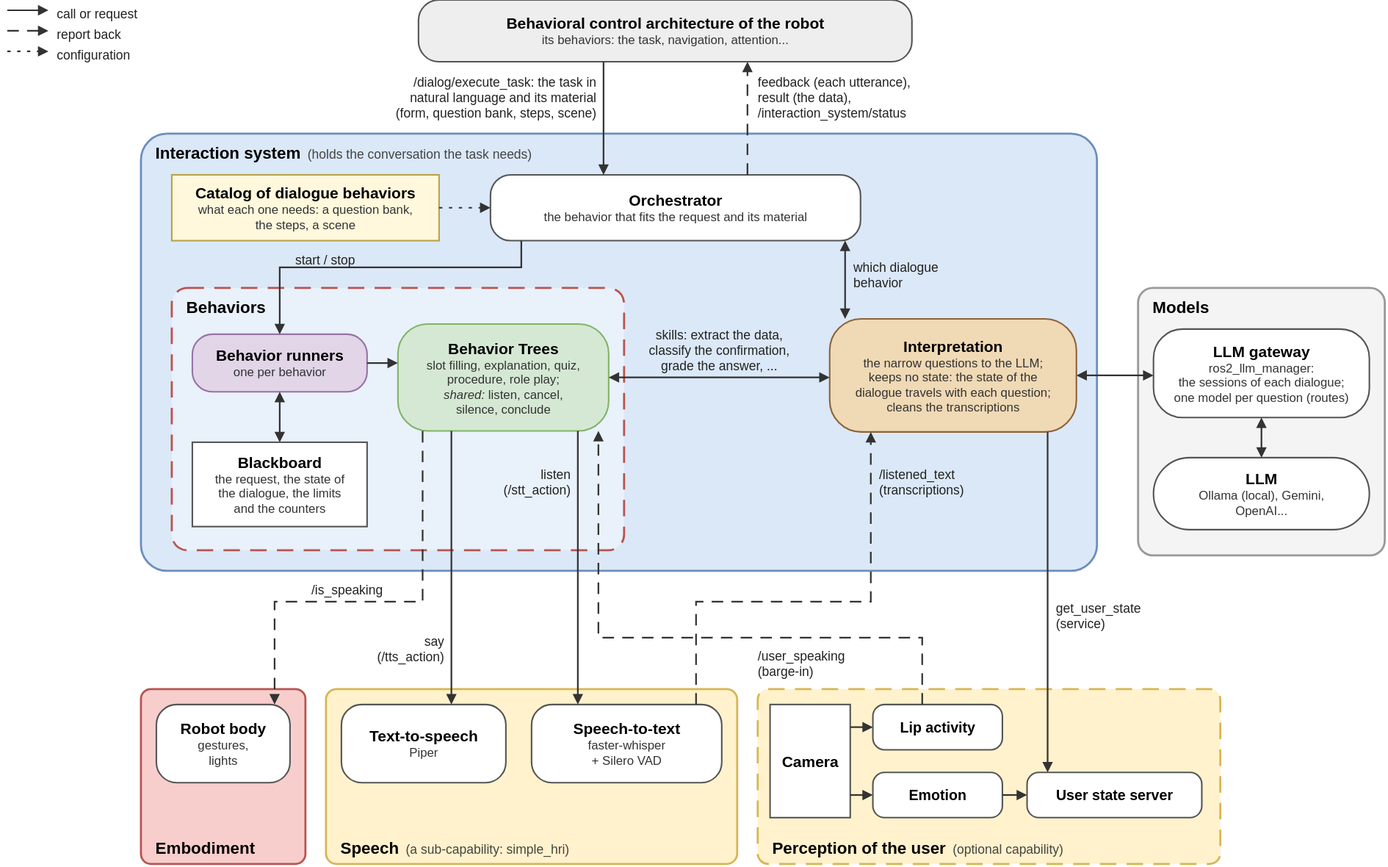
geriabot/interaction_system keeps this draw.io diagram as media/interaction_system_architecture.drawio.svg. Above is the earlier version. Source tidied: cells renumbered, new cells last; positions are measured from the earlier drawing's top-left corner, leaving out a move shared by most shapes.
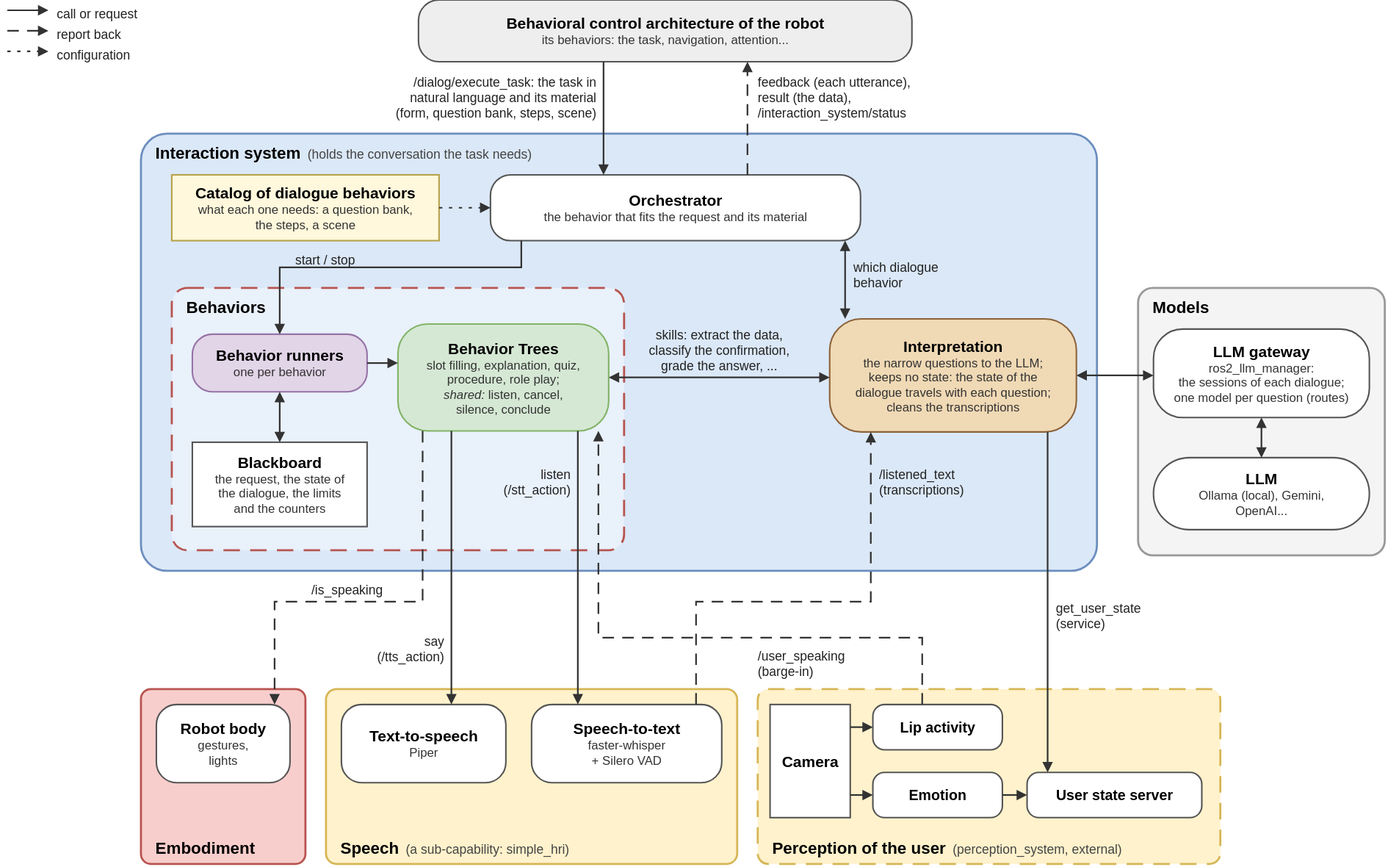
Above is the later version.

What changed in the source:
```diff
@@ -53,7 +53,7 @@
     <mxCell id="18" value="&lt;b style=&quot;font-size:15px&quot;&gt;Speech-to-text&lt;/b&gt;&lt;br&gt;&lt;span style=&quot;font-size:12px;color:#333333&quot;&gt;faster-whisper&lt;/span&gt;&lt;br&gt;&lt;span style=&quot;font-size:12px;color:#333333&quot;&gt;+ Silero VAD&lt;/span&gt;" style="rounded=1;arcSize=26;whiteSpace=wrap;html=1;fillColor=#ffffff;strokeColor=#555555;strokeWidth=1.5;fontFamily=Helvetica;verticalAlign=middle;" parent="1" vertex="1">
       <mxGeometry x="510" y="685" width="185" height="76" as="geometry" />
     </mxCell>
-    <mxCell id="19" value="&lt;b style=&quot;font-size:16px&quot;&gt;Perception of the user&lt;/b&gt;&amp;nbsp;&amp;nbsp;&lt;span style=&quot;font-size:12.5px;color:#444444&quot;&gt;(optional capability)&lt;/span&gt;" style="rounded=1;arcSize=6;whiteSpace=wrap;html=1;fillColor=#fff2cc;strokeColor=#d6b656;strokeWidth=2;fontFamily=Helvetica;verticalAlign=top;align=left;spacingLeft=12;spacingTop=2;verticalAlign=bottom;spacingBottom=4;dashed=1;dashPattern=8 5;" parent="1" vertex="1">
+    <mxCell id="19" value="&lt;b style=&quot;font-size:16px&quot;&gt;Perception of the user&lt;/b&gt;&amp;nbsp;&amp;nbsp;&lt;span style=&quot;font-size:12.5px;color:#444444&quot;&gt;(perception_system, external)&lt;/span&gt;" style="rounded=1;arcSize=6;whiteSpace=wrap;html=1;fillColor=#fff2cc;strokeColor=#d6b656;strokeWidth=2;fontFamily=Helvetica;verticalAlign=top;align=left;spacingLeft=12;spacingTop=2;verticalAlign=bottom;spacingBottom=4;dashed=1;dashPattern=8 5;" parent="1" vertex="1">
       <mxGeometry x="730" y="670" width="450" height="170" as="geometry" />
     </mxCell>
     <mxCell id="20" value="&lt;b style=&quot;font-size:15px&quot;&gt;Camera&lt;/b&gt;" style="rounded=0;whiteSpace=wrap;html=1;fillColor=#ffffff;strokeColor=#555555;strokeWidth=1.5;fontFamily=Helvetica;verticalAlign=middle;" parent="1" vertex="1">
```
